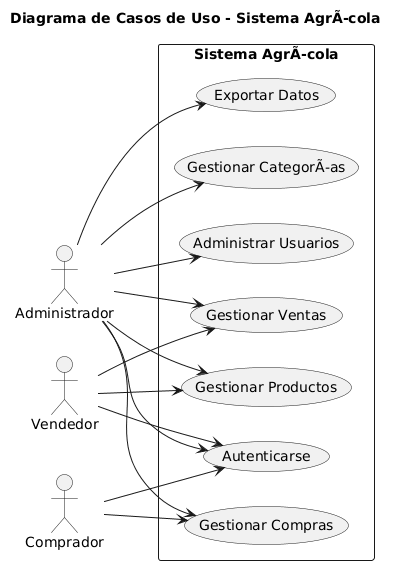
This is docs/diagrams/use_case.png from danieldavid-23/lilliana-2, a PlantUML export, as it was before one commit.
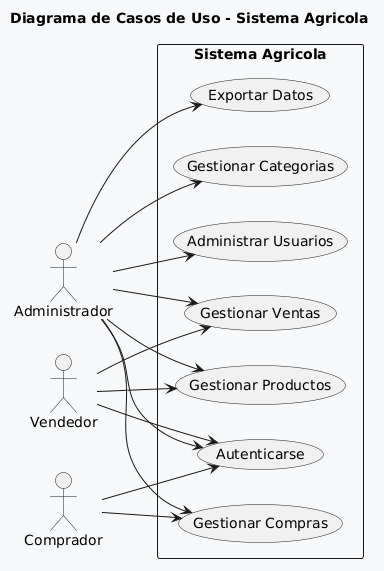
Later version of the same file.

Change to the diagram source:
```diff
@@ -1,5 +1,7 @@
 @startuml
-title Diagrama de Casos de Uso - Sistema AgrÃ­cola
+title Diagrama de Casos de Uso - Sistema Agricola
+skinparam defaultFontSize 14
+skinparam backgroundColor #F8F9FA
 
 left to right direction
 
@@ -7,9 +9,9 @@
 actor "Vendedor" as vendedor
 actor "Comprador" as comprador
 
-rectangle "Sistema AgrÃ­cola" {
+rectangle "Sistema Agricola" {
   usecase "Gestionar Productos" as UC1
-  usecase "Gestionar CategorÃ­as" as UC2
+  usecase "Gestionar Categorias" as UC2
   usecase "Gestionar Compras" as UC3
   usecase "Gestionar Ventas" as UC4
   usecase "Exportar Datos" as UC5
```
